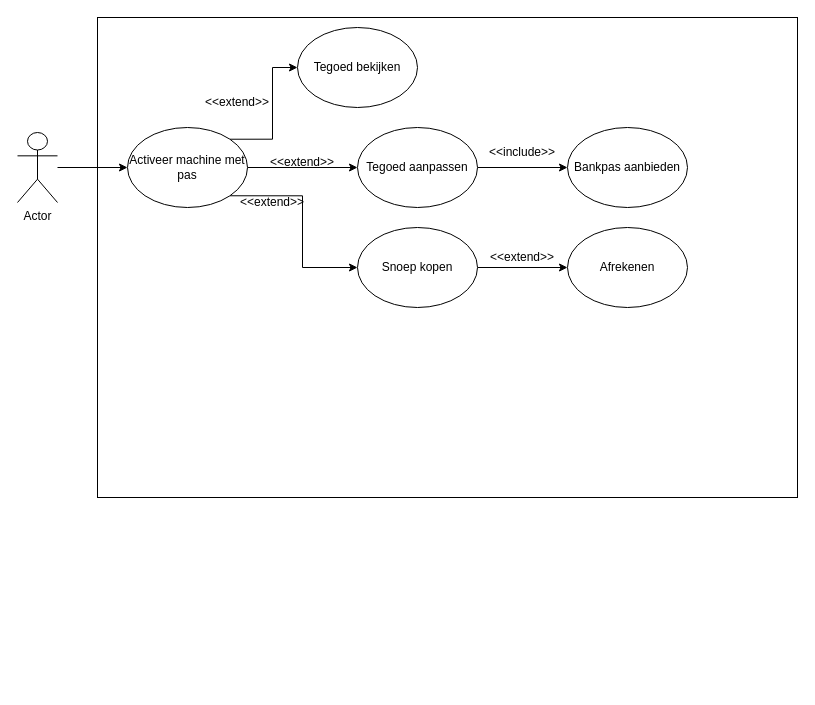
Above: Procesanalyse.drawio in EMB20/Procesanalyse (draw.io), before the change. Source tidied: cells renumbered, new cells numbered last; positions are measured from the earlier drawing's top-left corner, leaving out a move shared by most shapes. Both pictures are drawn from the tidied source at 100%, with x=0, y=0 at pixel (17, 17).
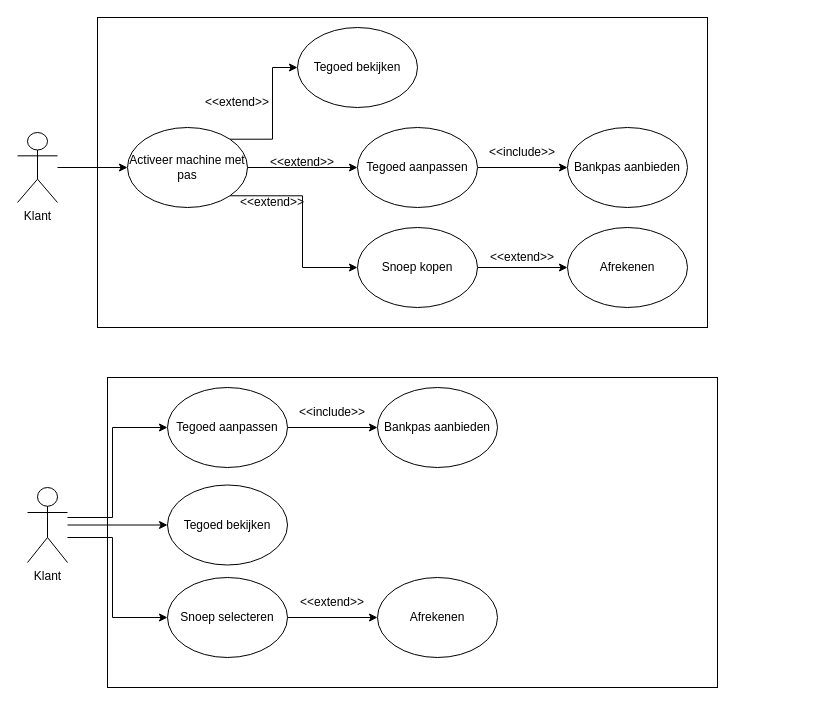
The same diagram, later.

What changed in the source:
```diff
@@
-    <mxCell id="2" style="rounded=0;whiteSpace=wrap;html=1;" parent="1" vertex="1">
-      <mxGeometry x="80" width="700" height="480" as="geometry" />
+    <mxCell id="2" value="&lt;div&gt;&lt;br&gt;&lt;/div&gt;&lt;div&gt;&lt;br&gt;&lt;/div&gt;&lt;div&gt;&lt;br&gt;&lt;/div&gt;" style="rounded=0;whiteSpace=wrap;html=1;" parent="1" vertex="1">
+      <mxGeometry x="80" width="610" height="310" as="geometry" />
     </mxCell>
@@
-    <mxCell id="4" value="Actor" style="shape=umlActor;verticalLabelPosition=bottom;verticalAlign=top;html=1;outlineConnect=0;" parent="1" vertex="1">
+    <mxCell id="4" value="Klant" style="shape=umlActor;verticalLabelPosition=bottom;verticalAlign=top;html=1;outlineConnect=0;" parent="1" vertex="1">
       <mxGeometry y="115" width="40" height="70" as="geometry" />
     </mxCell>
@@
+    <mxCell id="21" value="&lt;div&gt;&lt;br&gt;&lt;/div&gt;&lt;div&gt;&lt;br&gt;&lt;/div&gt;&lt;div&gt;&lt;br&gt;&lt;/div&gt;" style="rounded=0;whiteSpace=wrap;html=1;" parent="1" vertex="1">
+      <mxGeometry x="90" y="360" width="610" height="310" as="geometry" />
+    </mxCell>
+    <mxCell id="22" style="edgeStyle=orthogonalEdgeStyle;rounded=0;jettySize=auto;html=1;entryX=0;entryY=0.5;entryDx=0;entryDy=0;" parent="1" edge="1" source="25" target="31">
+      <mxGeometry relative="1" as="geometry">
+        <Array as="points">
+          <mxPoint x="95" y="520" />
+          <mxPoint x="95" y="600" />
+        </Array>
+      </mxGeometry>
+    </mxCell>
+    <mxCell id="23" style="edgeStyle=orthogonalEdgeStyle;rounded=0;jettySize=auto;html=1;" parent="1" edge="1" source="25" target="32">
+      <mxGeometry relative="1" as="geometry" />
+    </mxCell>
+    <mxCell id="24" style="edgeStyle=orthogonalEdgeStyle;rounded=0;jettySize=auto;html=1;entryX=0;entryY=0.5;entryDx=0;entryDy=0;" parent="1" edge="1" source="25" target="27">
+      <mxGeometry relative="1" as="geometry">
+        <Array as="points">
+          <mxPoint x="95" y="500" />
+          <mxPoint x="95" y="410" />
+        </Array>
+      </mxGeometry>
+    </mxCell>
+    <mxCell id="25" value="Klant" style="shape=umlActor;verticalLabelPosition=bottom;verticalAlign=top;html=1;outlineConnect=0;" parent="1" vertex="1">
+      <mxGeometry x="10" y="470" width="40" height="75" as="geometry" />
+    </mxCell>
+    <mxCell id="26" style="edgeStyle=orthogonalEdgeStyle;rounded=0;jettySize=auto;html=1;entryX=0;entryY=0.5;entryDx=0;entryDy=0;" parent="1" edge="1" source="27" target="29">
+      <mxGeometry relative="1" as="geometry" />
+    </mxCell>
+    <mxCell id="27" value="Tegoed aanpassen" style="ellipse;whiteSpace=wrap;html=1;" parent="1" vertex="1">
+      <mxGeometry x="150" y="370" width="120" height="80" as="geometry" />
+    </mxCell>
+    <mxCell id="28" value="Afrekenen" style="ellipse;whiteSpace=wrap;html=1;" parent="1" vertex="1">
+      <mxGeometry x="360" y="560" width="120" height="80" as="geometry" />
+    </mxCell>
+    <mxCell id="29" value="Bankpas aanbieden" style="ellipse;whiteSpace=wrap;html=1;" parent="1" vertex="1">
+      <mxGeometry x="360" y="370" width="120" height="80" as="geometry" />
+    </mxCell>
+    <mxCell id="30" style="edgeStyle=orthogonalEdgeStyle;rounded=0;jettySize=auto;html=1;" parent="1" edge="1" source="31" target="28">
+      <mxGeometry relative="1" as="geometry" />
+    </mxCell>
+    <mxCell id="31" value="Snoep selecteren" style="ellipse;whiteSpace=wrap;html=1;" parent="1" vertex="1">
+      <mxGeometry x="150" y="560" width="120" height="80" as="geometry" />
+    </mxCell>
+    <mxCell id="32" value="Tegoed bekijken" style="ellipse;whiteSpace=wrap;html=1;" parent="1" vertex="1">
+      <mxGeometry x="150" y="467.5" width="120" height="80" as="geometry" />
+    </mxCell>
+    <mxCell id="33" value="&amp;lt;&amp;lt;extend&amp;gt;&amp;gt;" style="text;html=1;align=center;verticalAlign=middle;whiteSpace=wrap;rounded=0;" parent="1" vertex="1">
+      <mxGeometry x="290" y="570" width="50" height="30" as="geometry" />
+    </mxCell>
+    <mxCell id="34" value="&amp;lt;&amp;lt;include&amp;gt;&amp;gt;" style="text;html=1;align=center;verticalAlign=middle;whiteSpace=wrap;rounded=0;" parent="1" vertex="1">
+      <mxGeometry x="290" y="380" width="50" height="30" as="geometry" />
+    </mxCell>
```
